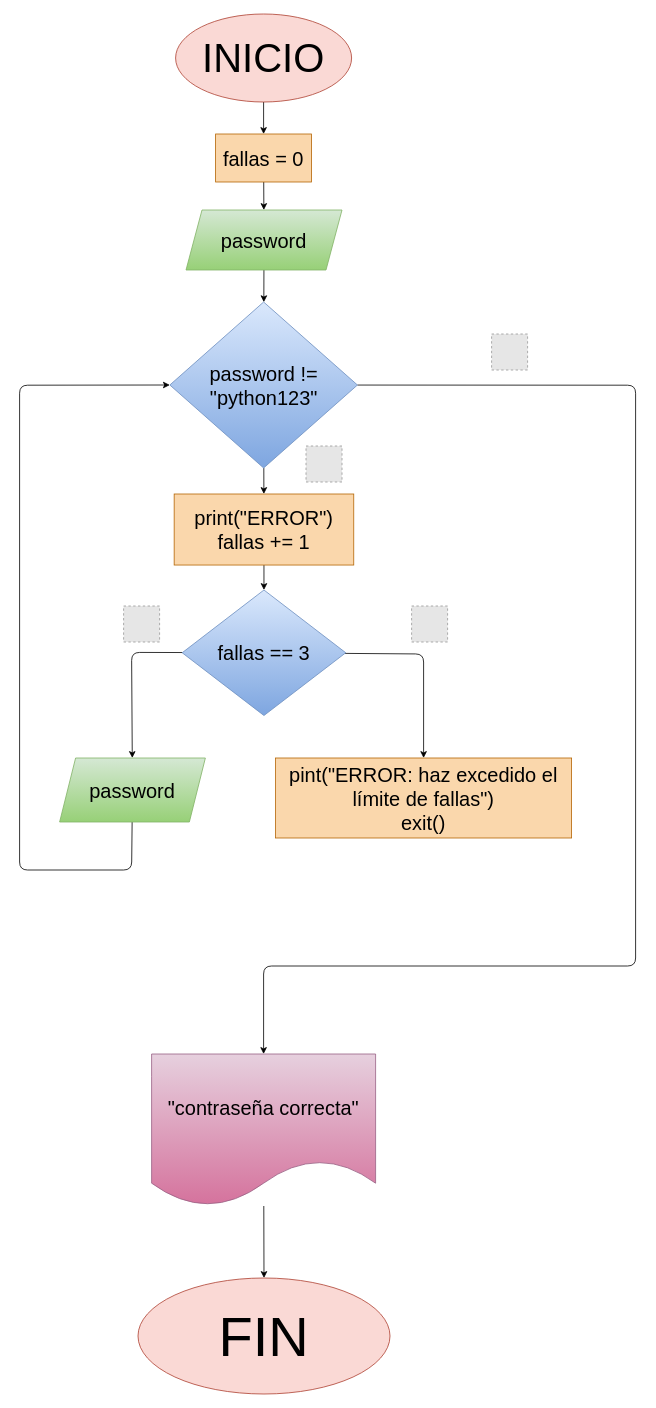
Above: validador de Passwords/diagrama.drawio in RolandoParra/taller_while_2 (draw.io), before the change. Source tidied: cells renumbered, new cells numbered last; positions are measured from the earlier drawing's top-left corner, leaving out a move shared by most shapes. Both pictures are drawn from the tidied source at 80%, with x=0, y=0 at pixel (19, 14). Pictures stored in the file or linked from it are replaced by grey dashed boxes.
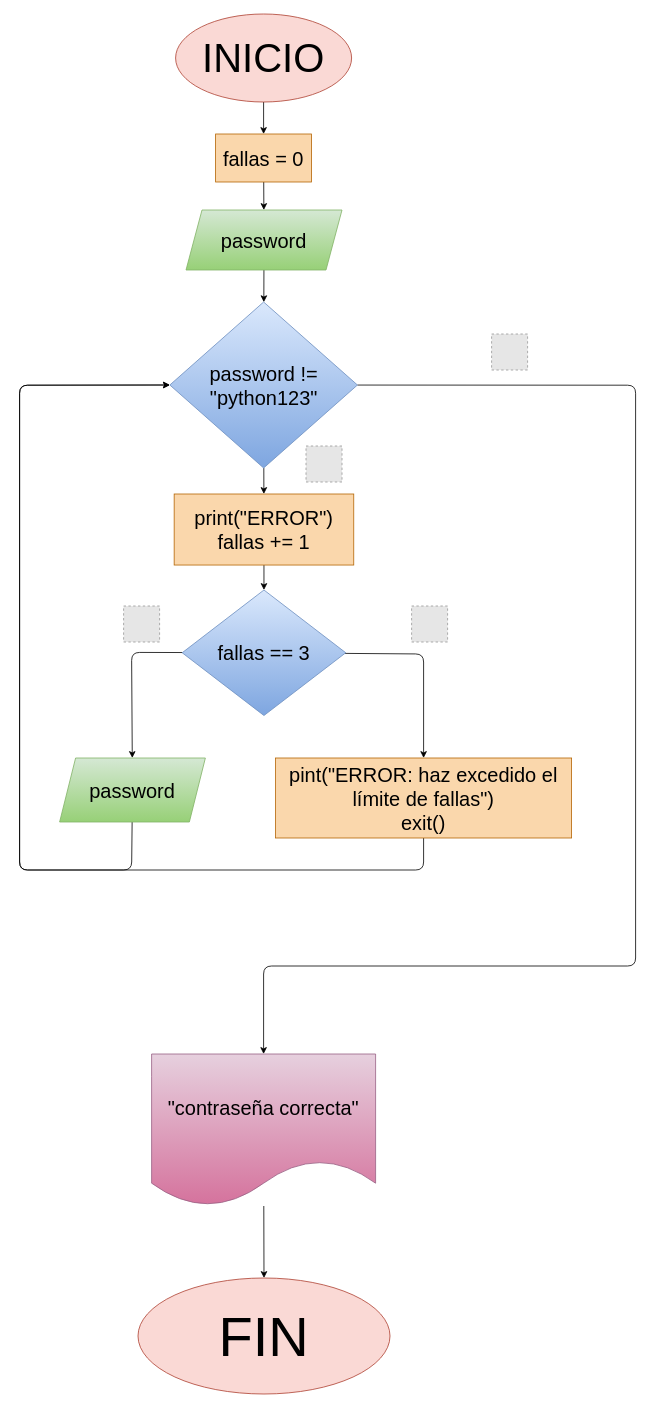
After the change.

Unchanged cells that the change refers to:
```xml
<mxCell id="8" value="password != &quot;python123&quot;" style="rhombus;whiteSpace=wrap;html=1;fontSize=25;fillColor=#dae8fc;gradientColor=#7ea6e0;strokeColor=#6c8ebf;" parent="1" vertex="1">
  <mxGeometry x="187.8" y="360" width="234.5" height="207.5" as="geometry" />
</mxCell>
<mxCell id="16" value="pint(&quot;ERROR: haz excedido el límite de fallas&quot;)&lt;div&gt;exit()&lt;/div&gt;" style="whiteSpace=wrap;html=1;fontSize=25;fillColor=#fad7ac;strokeColor=#b46504;" parent="1" vertex="1">
  <mxGeometry x="320" y="930" width="370" height="100" as="geometry" />
</mxCell>
```

Diff of the diagram source:
```diff
@@
+    <mxCell id="26" style="edgeStyle=none;html=1;entryX=0;entryY=0.5;entryDx=0;entryDy=0;" parent="1" edge="1" source="16" target="8">
+      <mxGeometry relative="1" as="geometry">
+        <Array as="points">
+          <mxPoint x="505" y="1070" />
+          <mxPoint y="1070" />
+          <mxPoint y="464" />
+        </Array>
+      </mxGeometry>
+    </mxCell>
```
